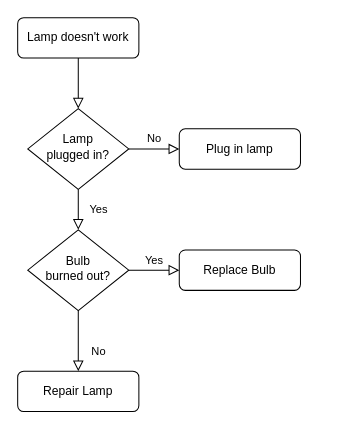
Earlier version of the draw.io diagram Unavngivet diagram.drawio (TillRasmussen/Drawings). Source tidied: cells renumbered, new cells numbered last; positions are measured from the earlier drawing's top-left corner, leaving out a move shared by most shapes. Both pictures are drawn from the tidied source at 101%, with x=0, y=0 at pixel (17, 17).
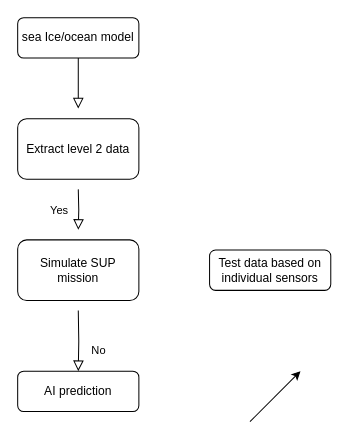
The same page after the edit.

Diff of the diagram source:
```diff
@@
 <mxGraphModel>
   <root>
     <mxCell id="0" />
     <mxCell id="1" parent="0" />
-    <mxCell id="2" style="rounded=0;html=1;jettySize=auto;fontSize=11;endArrow=block;endFill=0;endSize=8;strokeWidth=1;shadow=0;labelBackgroundColor=none;edgeStyle=orthogonalEdgeStyle;" parent="1" edge="1" source="3" target="6">
-      <mxGeometry relative="1" as="geometry" />
+    <mxCell id="2" style="rounded=0;html=1;jettySize=auto;fontSize=11;endArrow=block;endFill=0;endSize=8;strokeWidth=1;shadow=0;labelBackgroundColor=none;edgeStyle=orthogonalEdgeStyle;" parent="1" edge="1" source="3">
+      <mxGeometry relative="1" as="geometry">
+        <mxPoint x="60" y="90" as="targetPoint" />
+      </mxGeometry>
     </mxCell>
-    <mxCell id="3" value="Lamp doesn't work" style="rounded=1;whiteSpace=wrap;html=1;fontSize=12;glass=0;strokeWidth=1;shadow=0;" parent="1" vertex="1">
+    <mxCell id="3" value="sea Ice/ocean model" style="rounded=1;whiteSpace=wrap;html=1;fontSize=12;glass=0;strokeWidth=1;shadow=0;" parent="1" vertex="1">
       <mxGeometry width="120" height="40" as="geometry" />
     </mxCell>
-    <mxCell id="4" value="Yes" style="rounded=0;html=1;jettySize=auto;fontSize=11;endArrow=block;endFill=0;endSize=8;strokeWidth=1;shadow=0;labelBackgroundColor=none;edgeStyle=orthogonalEdgeStyle;" parent="1" edge="1" source="6" target="10">
-      <mxGeometry y="20" relative="1" as="geometry" />
+    <mxCell id="4" value="Yes" style="rounded=0;html=1;jettySize=auto;orthogonalLoop=1;fontSize=11;endArrow=block;endFill=0;endSize=8;strokeWidth=1;shadow=0;labelBackgroundColor=none;edgeStyle=orthogonalEdgeStyle;" parent="1" edge="1">
+      <mxGeometry y="20" relative="1" as="geometry">
+        <mxPoint x="60" y="170" as="sourcePoint" />
+        <mxPoint x="60" y="210" as="targetPoint" />
+      </mxGeometry>
     </mxCell>
-    <mxCell id="5" value="No" style="edgeStyle=orthogonalEdgeStyle;rounded=0;html=1;jettySize=auto;fontSize=11;endArrow=block;endFill=0;endSize=8;strokeWidth=1;shadow=0;labelBackgroundColor=none;" parent="1" edge="1" source="6" target="7">
-      <mxGeometry y="10" relative="1" as="geometry" />
-    </mxCell>
-    <mxCell id="6" value="Lamp&lt;br&gt;plugged in?" style="rhombus;whiteSpace=wrap;html=1;shadow=0;fontFamily=Helvetica;fontSize=12;align=center;strokeWidth=1;spacing=6;spacingTop=-4;" parent="1" vertex="1">
-      <mxGeometry x="10" y="90" width="100" height="80" as="geometry" />
-    </mxCell>
-    <mxCell id="7" value="Plug in lamp" style="rounded=1;whiteSpace=wrap;html=1;fontSize=12;glass=0;strokeWidth=1;shadow=0;" parent="1" vertex="1">
-      <mxGeometry x="160" y="110" width="120" height="40" as="geometry" />
+    <mxCell id="7" value="Test data based on individual sensors" style="rounded=1;whiteSpace=wrap;html=1;fontSize=12;glass=0;strokeWidth=1;shadow=0;" parent="1" vertex="1">
+      <mxGeometry x="190" y="230" width="120" height="40" as="geometry" />
     </mxCell>
-    <mxCell id="8" value="No" style="rounded=0;html=1;jettySize=auto;fontSize=11;endArrow=block;endFill=0;endSize=8;strokeWidth=1;shadow=0;labelBackgroundColor=none;edgeStyle=orthogonalEdgeStyle;" parent="1" edge="1" source="10" target="11">
-      <mxGeometry x="0.33" y="20" relative="1" as="geometry" />
+    <mxCell id="8" value="No" style="rounded=0;html=1;jettySize=auto;fontSize=11;endArrow=block;endFill=0;endSize=8;strokeWidth=1;shadow=0;labelBackgroundColor=none;edgeStyle=orthogonalEdgeStyle;" parent="1" edge="1" target="11">
+      <mxGeometry x="0.33" y="20" relative="1" as="geometry">
+        <mxPoint x="60" y="290" as="sourcePoint" />
+      </mxGeometry>
     </mxCell>
-    <mxCell id="9" value="Yes" style="edgeStyle=orthogonalEdgeStyle;rounded=0;html=1;jettySize=auto;fontSize=11;endArrow=block;endFill=0;endSize=8;strokeWidth=1;shadow=0;labelBackgroundColor=none;" parent="1" edge="1" source="10" target="12">
-      <mxGeometry y="10" relative="1" as="geometry" />
-    </mxCell>
-    <mxCell id="10" value="Bulb&lt;br&gt;burned out?" style="rhombus;whiteSpace=wrap;html=1;shadow=0;fontFamily=Helvetica;fontSize=12;align=center;strokeWidth=1;spacing=6;spacingTop=-4;" parent="1" vertex="1">
-      <mxGeometry x="10" y="210" width="100" height="80" as="geometry" />
-    </mxCell>
-    <mxCell id="11" value="Repair Lamp" style="rounded=1;whiteSpace=wrap;html=1;fontSize=12;glass=0;strokeWidth=1;shadow=0;" parent="1" vertex="1">
+    <mxCell id="11" value="AI prediction" style="rounded=1;whiteSpace=wrap;html=1;fontSize=12;glass=0;strokeWidth=1;shadow=0;" parent="1" vertex="1">
       <mxGeometry y="350" width="120" height="40" as="geometry" />
     </mxCell>
-    <mxCell id="12" value="Replace Bulb" style="rounded=1;whiteSpace=wrap;html=1;fontSize=12;glass=0;strokeWidth=1;shadow=0;" parent="1" vertex="1">
-      <mxGeometry x="160" y="230" width="120" height="40" as="geometry" />
-    </mxCell>
+    <mxCell id="13" value="Extract level 2 data" style="rounded=1;whiteSpace=wrap;html=1;" parent="1" vertex="1">
+      <mxGeometry y="100" width="120" height="60" as="geometry" />
+    </mxCell>
+    <mxCell id="14" value="Simulate SUP mission" style="rounded=1;whiteSpace=wrap;html=1;" parent="1" vertex="1">
+      <mxGeometry y="220" width="120" height="60" as="geometry" />
+    </mxCell>
+    <mxCell id="15" style="endArrow=classic;html=1;rounded=0;" parent="1" edge="1">
+      <mxGeometry relative="1" as="geometry">
+        <mxPoint x="230" y="400" as="sourcePoint" />
+        <mxPoint x="280" y="350" as="targetPoint" />
+      </mxGeometry>
+    </mxCell>
   </root>
 </mxGraphModel>
```
